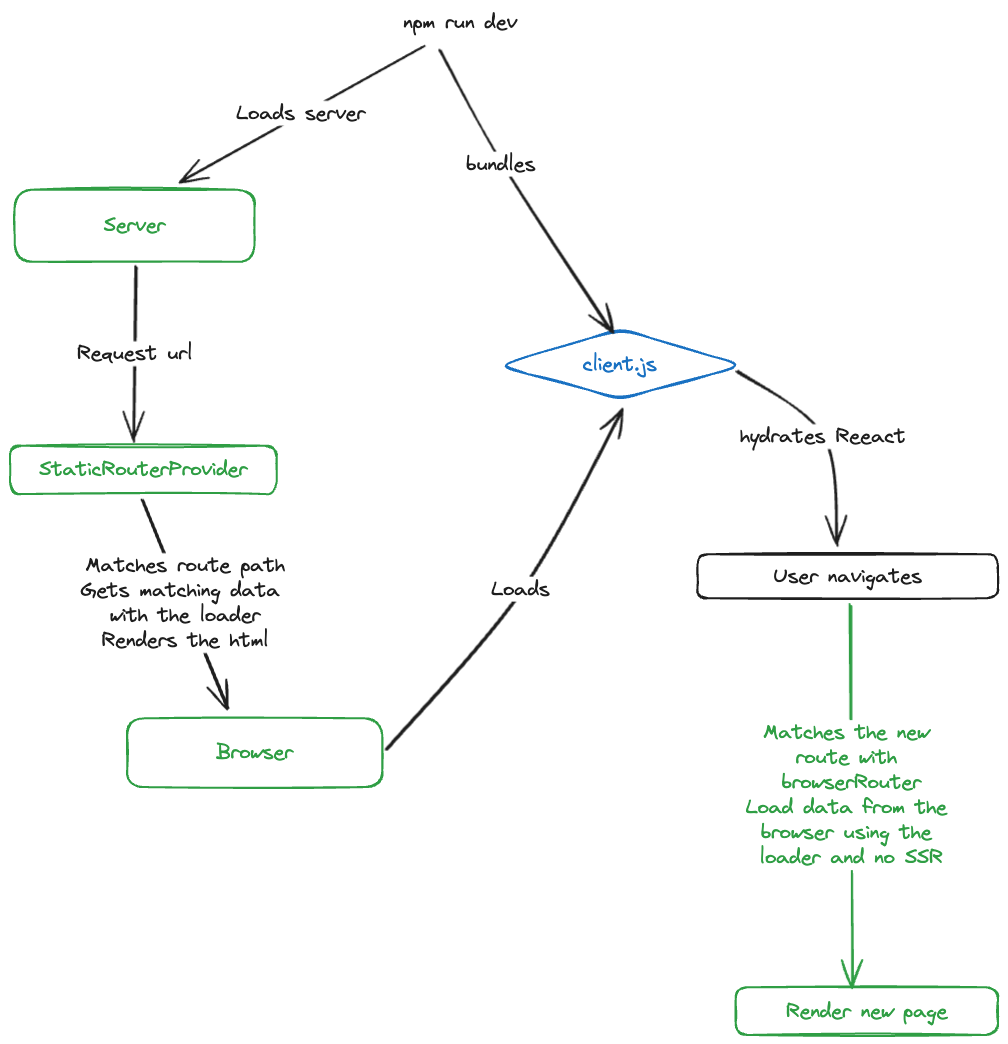
Above: flow.excalidraw.png in dobladov/bun-ssr-react (Excalidraw), before the change. Source tidied: one line per element, renumbered; positions are measured from the earlier drawing's top-left corner, leaving out a move shared by most shapes.
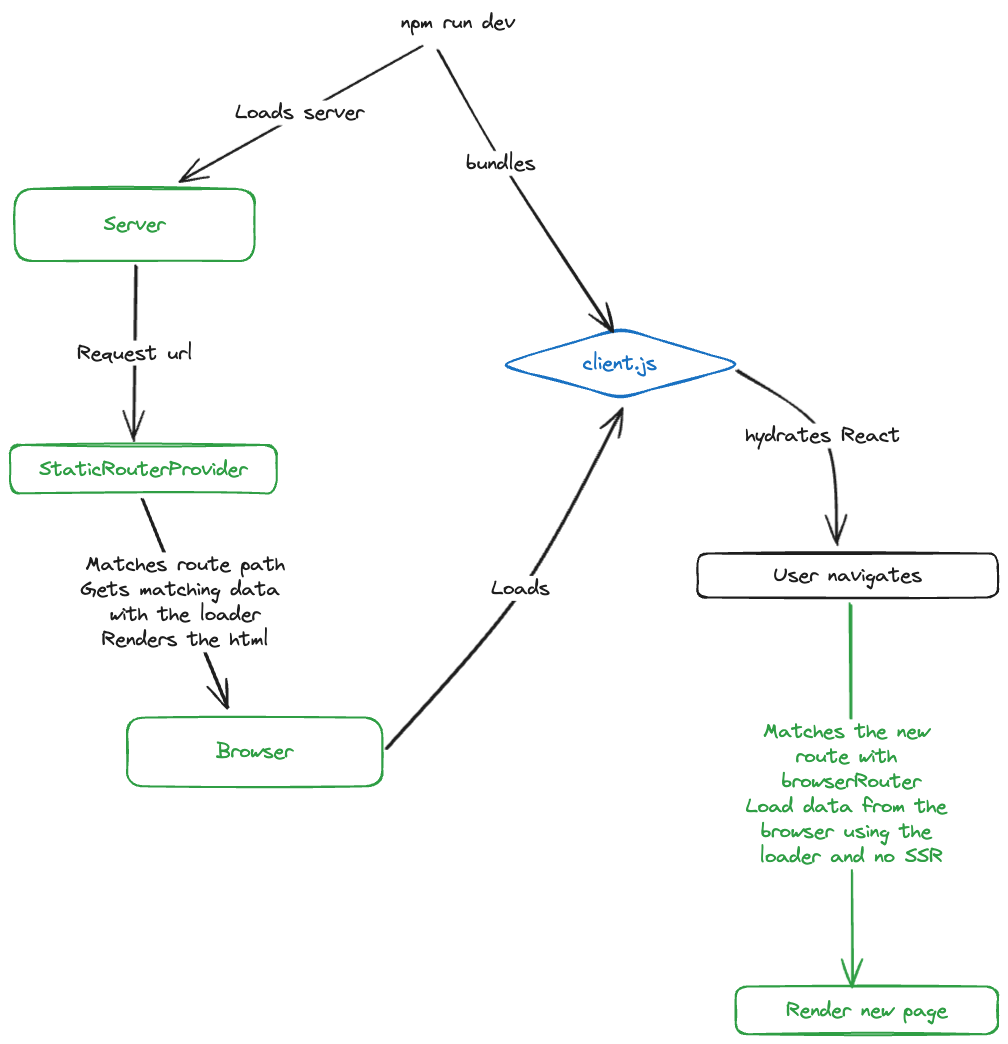
After the commit.

What changed in the source:
```diff
@@ -6,10 +6,10 @@
 {"id": 5, "type": "text", "text": "Request url", "strokeColor": "#1e1e1e", "strokeWidth": 2, "roughness": 1, "fontSize": 20, "fontFamily": 1, "textAlign": "center", "verticalAlign": "middle", "inside": 4, "x": 0, "y": 396, "width": 115, "height": 25}
 {"id": 6, "type": "diamond", "strokeColor": "#1971c2", "strokeWidth": 2, "roughness": 1, "round": true, "x": 543, "y": 385, "width": 245, "height": 70}
 {"id": 7, "type": "text", "text": "client.js", "strokeColor": "#1971c2", "strokeWidth": 2, "roughness": 1, "fontSize": 20, "fontFamily": 1, "textAlign": "center", "verticalAlign": "middle", "inside": 6, "x": 629, "y": 407, "width": 74, "height": 25}
-{"id": 8, "type": "text", "text": "npm run dev", "strokeColor": "#1e1e1e", "strokeWidth": 2, "roughness": 1, "fontSize": 20, "fontFamily": 1, "x": 449, "y": 65, "width": 114, "height": 25}
+{"id": 8, "type": "text", "text": "npm run dev", "strokeColor": "#1e1e1e", "strokeWidth": 2, "roughness": 1, "fontSize": 20, "fontFamily": 1, "x": 447, "y": 66, "width": 114, "height": 25}
-{"id": 9, "type": "arrow", "strokeColor": "#1e1e1e", "strokeWidth": 2, "roughness": 1, "endArrowhead": "arrow", "round": true, "from": 8, "to": 0, "x": 468, "y": 101, "width": 242, "height": 136, "points": [[0, 0], [-242, 136]]}
+{"id": 9, "type": "arrow", "strokeColor": "#1e1e1e", "strokeWidth": 2, "roughness": 1, "endArrowhead": "arrow", "round": true, "from": 8, "to": 0, "x": 466, "y": 102, "width": 240, "height": 135, "points": [[0, 0], [-240, 135]]}
 {"id": 10, "type": "text", "text": "Loads server", "strokeColor": "#1e1e1e", "strokeWidth": 2, "roughness": 1, "fontSize": 20, "fontFamily": 1, "textAlign": "center", "verticalAlign": "middle", "inside": 9, "x": 75, "y": 76, "width": 129, "height": 25}
-{"id": 11, "type": "arrow", "strokeColor": "#1e1e1e", "strokeWidth": 2, "roughness": 1, "endArrowhead": "arrow", "round": true, "from": 8, "x": 485, "y": 105, "width": 171, "height": 282, "points": [[0, 0], [62, 114], [171, 282]]}
+{"id": 11, "type": "arrow", "strokeColor": "#1e1e1e", "strokeWidth": 2, "roughness": 1, "endArrowhead": "arrow", "round": true, "from": 8, "x": 483, "y": 106, "width": 173, "height": 282, "points": [[0, 0], [64, 114], [173, 282]]}
 {"id": 12, "type": "text", "text": "bundles", "strokeColor": "#1e1e1e", "strokeWidth": 2, "roughness": 1, "fontSize": 20, "fontFamily": 1, "textAlign": "center", "verticalAlign": "middle", "inside": 11, "x": 313, "y": 0, "width": 69, "height": 25}
 {"id": 13, "type": "rectangle", "strokeColor": "#2f9e44", "strokeWidth": 2, "roughness": 1, "round": true, "x": 56, "y": 501, "width": 267, "height": 48}
 {"id": 14, "type": "text", "text": "StaticRouterProvider", "strokeColor": "#2f9e44", "strokeWidth": 2, "roughness": 1, "fontSize": 20, "fontFamily": 1, "textAlign": "center", "verticalAlign": "middle", "inside": 13, "x": 85, "y": 513, "width": 208, "height": 25}
@@ -18,7 +18,7 @@
 {"id": 17, "type": "arrow", "strokeColor": "#1e1e1e", "strokeWidth": 2, "roughness": 1, "endArrowhead": "arrow", "round": true, "from": 2, "to": 6, "x": 432, "y": 803, "width": 235, "height": 339, "points": [[0, 0], [135, -158], [235, -339]]}
 {"id": 18, "type": "text", "text": "Loads", "strokeColor": "#1e1e1e", "strokeWidth": 2, "roughness": 1, "fontSize": 20, "fontFamily": 1, "textAlign": "center", "verticalAlign": "middle", "inside": 17, "x": 524, "y": 664, "width": 59, "height": 25}
 {"id": 19, "type": "arrow", "strokeColor": "#1e1e1e", "strokeWidth": 2, "roughness": 1, "endArrowhead": "arrow", "round": true, "from": 6, "to": 21, "x": 782, "y": 426, "width": 101, "height": 174, "points": [[0, 0], [87, 66], [101, 174]]}
-{"id": 20, "type": "text", "text": "hydrates Reeact", "strokeColor": "#1e1e1e", "strokeWidth": 2, "roughness": 1, "fontSize": 20, "fontFamily": 1, "textAlign": "center", "verticalAlign": "middle", "inside": 19, "x": 751, "y": 574, "width": 166, "height": 25}
+{"id": 20, "type": "text", "text": "hydrates React", "strokeColor": "#1e1e1e", "strokeWidth": 2, "roughness": 1, "fontSize": 20, "fontFamily": 1, "textAlign": "center", "verticalAlign": "middle", "inside": 19, "x": 791, "y": 480, "width": 155, "height": 25}
 {"id": 21, "type": "rectangle", "strokeColor": "#1e1e1e", "strokeWidth": 2, "roughness": 1, "round": true, "x": 743, "y": 610, "width": 300, "height": 44}
 {"id": 22, "type": "text", "text": "User navigates", "strokeColor": "#1e1e1e", "strokeWidth": 2, "roughness": 1, "fontSize": 20, "fontFamily": 1, "textAlign": "center", "verticalAlign": "middle", "inside": 21, "x": 819, "y": 619, "width": 149, "height": 25}
 {"id": 23, "type": "rectangle", "strokeColor": "#2f9e44", "strokeWidth": 2, "roughness": 1, "round": true, "x": 782, "y": 1043, "width": 262, "height": 48}
```
